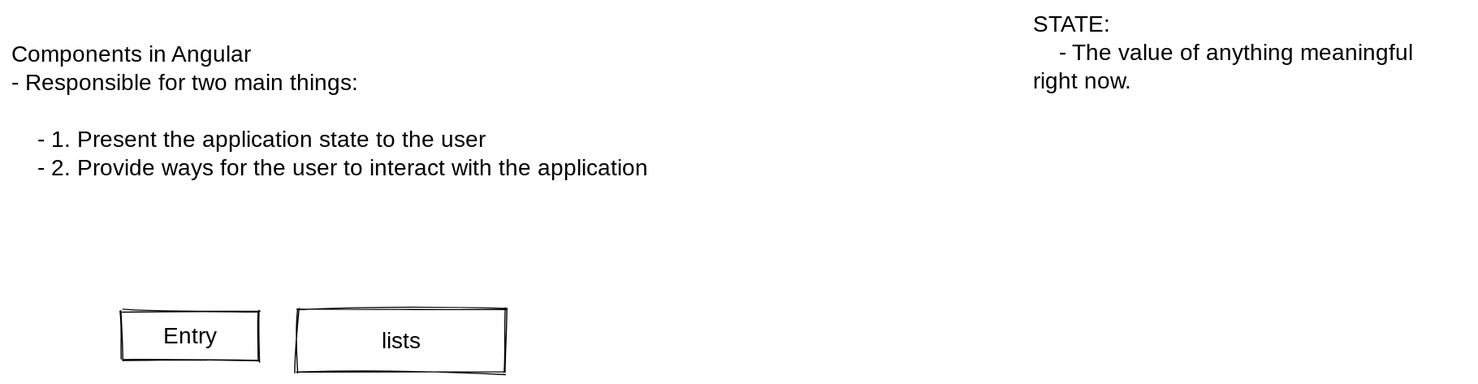
hypertheory-angular/asm-sept-2022 keeps this Excalidraw diagram as CLASS_NOTES/components.excalidraw.svg. Above is the earlier version. Source tidied: one line per element, renumbered; positions are measured from the earlier drawing's top-left corner, leaving out a move shared by most shapes.
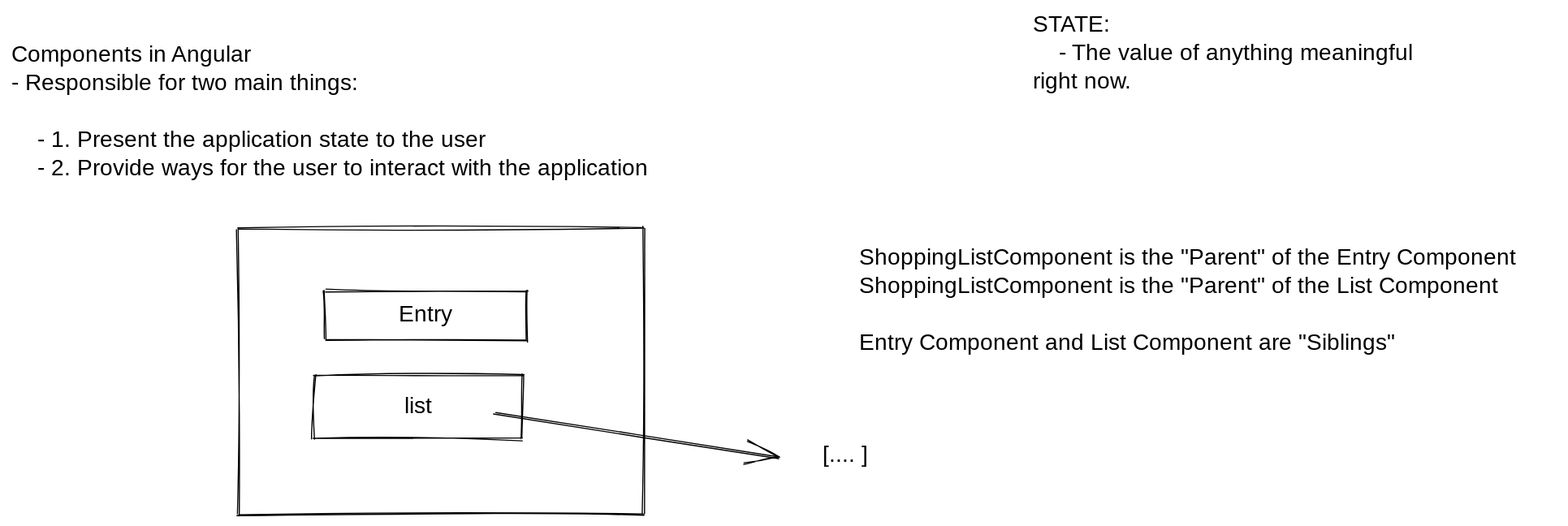
The same diagram one commit later.

What changed in the source:
```diff
@@ -1,6 +1,10 @@
 {"id": 0, "type": "text", "text": "Components in Angular\n- Responsible for two main things:\n\n    - 1. Present the application state to the user\n    - 2. Provide ways for the user to interact with the application", "strokeColor": "#000000", "strokeWidth": 1, "roughness": 1, "fontSize": 20, "fontFamily": 1, "x": 0, "y": 26, "width": 672, "height": 125}
 {"id": 1, "type": "text", "text": "STATE:\n    - The value of anything meaningful\nright now.\n\n", "strokeColor": "#000000", "strokeWidth": 1, "roughness": 1, "fontSize": 20, "fontFamily": 1, "x": 899, "y": 0, "width": 381, "height": 125}
-{"id": 2, "type": "rectangle", "strokeColor": "#000000", "strokeWidth": 1, "roughness": 1, "x": 97, "y": 264, "width": 120, "height": 43}
+{"id": 2, "type": "rectangle", "strokeColor": "#000000", "strokeWidth": 1, "roughness": 1, "x": 276, "y": 246, "width": 177, "height": 43}
-{"id": 3, "type": "text", "text": "Entry", "strokeColor": "#000000", "strokeWidth": 1, "roughness": 1, "fontSize": 20, "fontFamily": 1, "textAlign": "center", "verticalAlign": "middle", "inside": 2, "x": 102, "y": 273, "width": 110, "height": 27}
+{"id": 3, "type": "text", "text": "Entry", "strokeColor": "#000000", "strokeWidth": 1, "roughness": 1, "fontSize": 20, "fontFamily": 1, "textAlign": "center", "verticalAlign": "middle", "inside": 2, "x": 281, "y": 254, "width": 167, "height": 27}
-{"id": 4, "type": "rectangle", "strokeColor": "#000000", "strokeWidth": 1, "roughness": 1, "x": 251, "y": 262, "width": 184, "height": 56}
+{"id": 4, "type": "rectangle", "strokeColor": "#000000", "strokeWidth": 1, "roughness": 1, "x": 266, "y": 320, "width": 184, "height": 56}
-{"id": 5, "type": "text", "text": "lists", "strokeColor": "#000000", "strokeWidth": 1, "roughness": 1, "fontSize": 20, "fontFamily": 1, "textAlign": "center", "verticalAlign": "middle", "inside": 4, "x": 256, "y": 278, "width": 174, "height": 27}
+{"id": 5, "type": "text", "text": "list", "strokeColor": "#000000", "strokeWidth": 1, "roughness": 1, "fontSize": 20, "fontFamily": 1, "textAlign": "center", "verticalAlign": "middle", "inside": 4, "x": 271, "y": 334, "width": 174, "height": 27}
+{"id": 6, "type": "rectangle", "strokeColor": "#000000", "strokeWidth": 1, "roughness": 1, "x": 200, "y": 190, "width": 357, "height": 252}
+{"id": 7, "type": "text", "text": "ShoppingListComponent is the \"Parent\" of the Entry Component\nShoppingListComponent is the \"Parent\" of the List Component\n\nEntry Component and List Component are \"Siblings\"\n\n", "strokeColor": "#000000", "strokeWidth": 1, "roughness": 1, "fontSize": 20, "fontFamily": 1, "x": 746, "y": 204, "width": 614, "height": 150}
+{"id": 8, "type": "arrow", "strokeColor": "#000000", "strokeWidth": 1, "roughness": 1, "endArrowhead": "arrow", "x": 424, "y": 354, "width": 250, "height": 38, "points": [[0, 0], [250, 38]]}
+{"id": 9, "type": "text", "text": "[.... ]", "strokeColor": "#000000", "strokeWidth": 1, "roughness": 1, "fontSize": 20, "fontFamily": 1, "x": 714, "y": 378, "width": 53, "height": 25}
```
